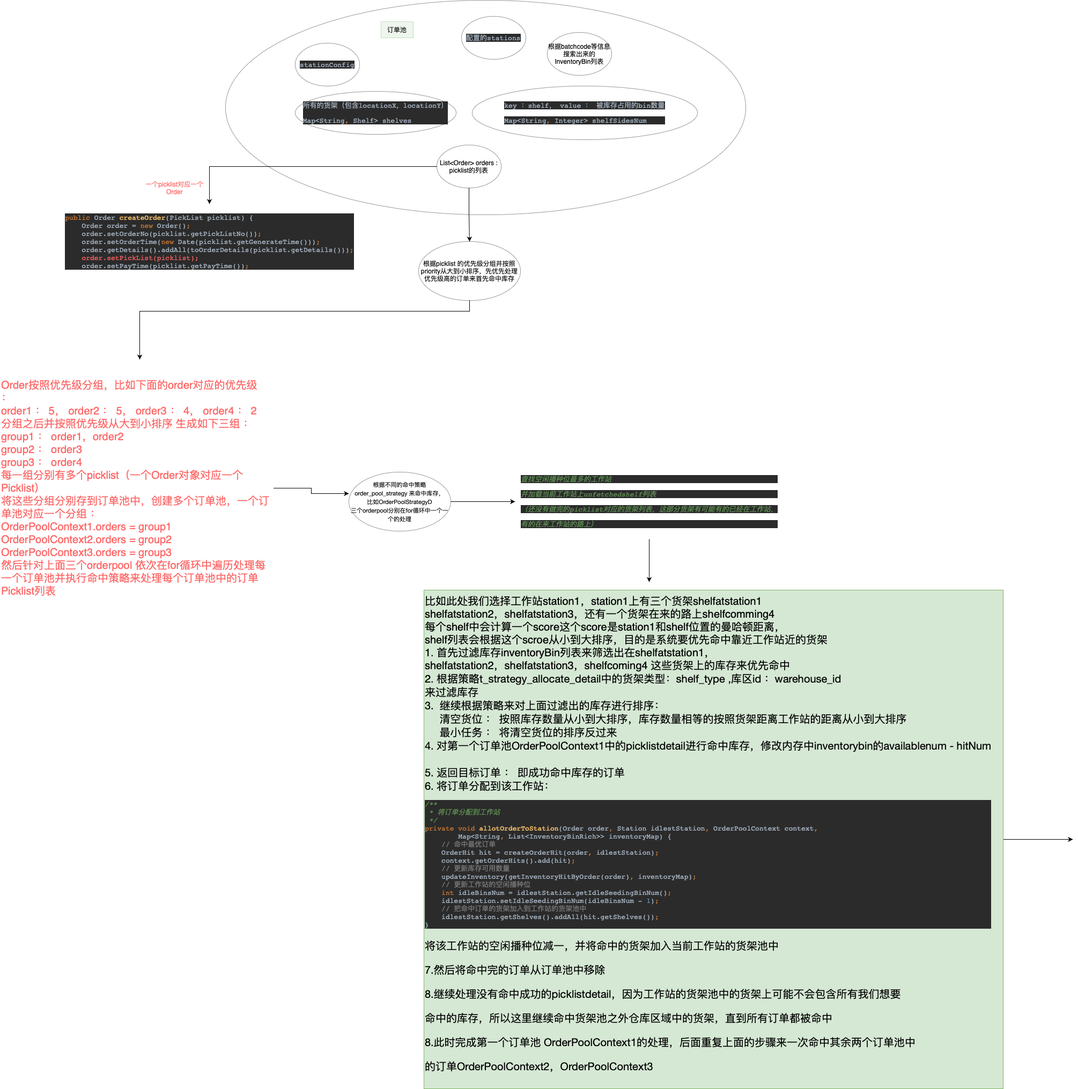
Earlier version of the draw.io export 订单池-命中库存.drawio.png (cong666/flow-chart). Source tidied: cells renumbered, new cells last; positions are measured from the earlier drawing's top-left corner, leaving out a move shared by most shapes.
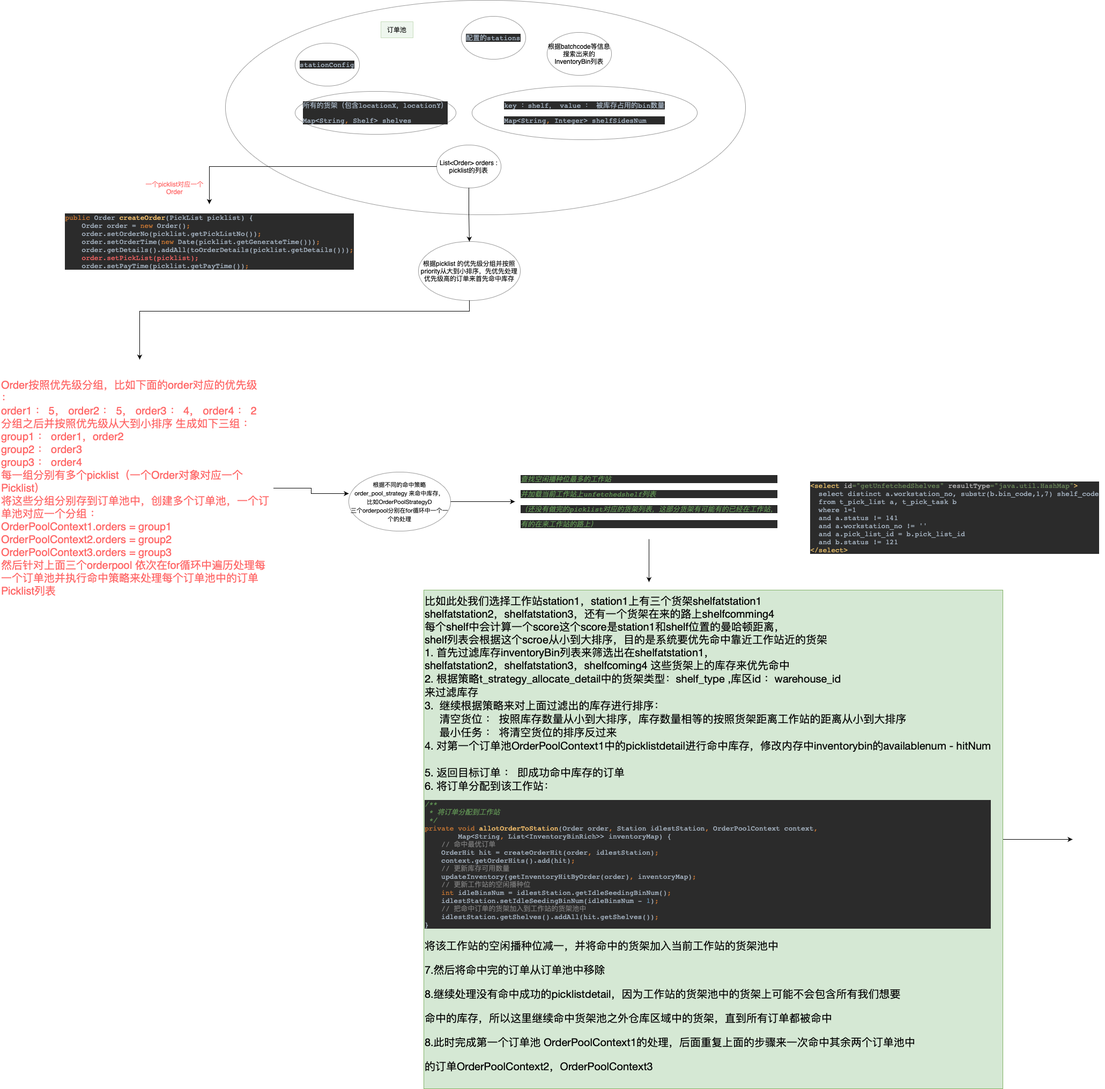
Above is the later version.

Commit message:
更新订单池-命中库存.drawio.png

The edit, as a diff of the source:
```diff
@@ -80,5 +80,8 @@
     <mxCell id="23" value="比如此处我们选择工作站station1，station1上有三个货架shelfatstation1&lt;br&gt;&lt;div style=&quot;&quot;&gt;shelfatstation2，shelfatstation3，还有一个货架在来的路上shelfcomming4&lt;/div&gt;&lt;div style=&quot;&quot;&gt;每个shelf中会计算一个score这个score是station1和shelf位置的曼哈顿距离，&lt;/div&gt;&lt;div style=&quot;&quot;&gt;shelf列表会根据这个scroe从小到大排序，目的是系统要优先命中靠近工作站近的货架&lt;/div&gt;&lt;div style=&quot;&quot;&gt;1. 首先过滤库存inventoryBin列表来筛选出在shelfatstation1，&lt;/div&gt;shelfatstation2，shelfatstation3，shelfcoming4 这些货架上的库存来优先命中&amp;nbsp;&lt;br&gt;&lt;font&gt;2. 根据策略&lt;span style=&quot;font-size: 20px; font-family: &amp;quot;Helvetica Neue&amp;quot;;&quot;&gt;&lt;font style=&quot;font-size: 20px;&quot;&gt;t_strategy_allocate_detail中的货架类型：shelf_type ,库区id ：warehouse_id&lt;br&gt;来过滤库存&lt;br&gt;3. &amp;nbsp;继续根据策略来对上面过滤出的库存进行排序：&lt;br&gt;&amp;nbsp; &amp;nbsp; &amp;nbsp;清空货位 ： 按照库存数量从小到大排序，库存数量相等的按照货架距离工作站的距离从小到大排序&lt;br&gt;&amp;nbsp; &amp;nbsp; &amp;nbsp;最小任务 ： 将清空货位的排序反过来&lt;br&gt;4. 对第一个订单池OrderPoolContext1中的picklistdetail进行命中库存，修改内存中inventorybin的availablenum - hitNum&lt;br&gt;&lt;br&gt;5. 返回目标订单 ： 即成功命中库存的订单&lt;br&gt;6. 将订单分配到该工作站：&lt;br&gt;&lt;/font&gt;&lt;/span&gt;&lt;pre style=&quot;font-size: 9.8pt; background-color: rgb(43, 43, 43); color: rgb(169, 183, 198); font-family: &amp;quot;JetBrains Mono&amp;quot;, monospace;&quot;&gt;&lt;span style=&quot;color: rgb(98, 151, 85); font-style: italic;&quot;&gt;/**&lt;br&gt;&lt;/span&gt;&lt;span style=&quot;color: rgb(98, 151, 85); font-style: italic;&quot;&gt; * 将订单分配到工作站&lt;br&gt;&lt;/span&gt;&lt;span style=&quot;color: rgb(98, 151, 85); font-style: italic;&quot;&gt; */&lt;br&gt;&lt;/span&gt;&lt;span style=&quot;color: rgb(204, 120, 50);&quot;&gt;private void &lt;/span&gt;&lt;span style=&quot;color: rgb(255, 198, 109);&quot;&gt;allotOrderToStation&lt;/span&gt;(Order order&lt;span style=&quot;color: rgb(204, 120, 50);&quot;&gt;, &lt;/span&gt;Station idlestStation&lt;span style=&quot;color: rgb(204, 120, 50);&quot;&gt;, &lt;/span&gt;OrderPoolContext context&lt;span style=&quot;color: rgb(204, 120, 50);&quot;&gt;,&lt;br&gt;&lt;/span&gt;&lt;span style=&quot;color: rgb(204, 120, 50);&quot;&gt;        &lt;/span&gt;Map&amp;lt;String&lt;span style=&quot;color: rgb(204, 120, 50);&quot;&gt;, &lt;/span&gt;List&amp;lt;InventoryBinRich&amp;gt;&amp;gt; inventoryMap) {&lt;br&gt;    &lt;span style=&quot;color: rgb(128, 128, 128);&quot;&gt;// 命中最优订单&lt;br&gt;&lt;/span&gt;&lt;span style=&quot;color: rgb(128, 128, 128);&quot;&gt;    &lt;/span&gt;OrderHit hit = createOrderHit(order&lt;span style=&quot;color: rgb(204, 120, 50);&quot;&gt;, &lt;/span&gt;idlestStation)&lt;span style=&quot;color: rgb(204, 120, 50);&quot;&gt;;&lt;br&gt;&lt;/span&gt;&lt;span style=&quot;color: rgb(204, 120, 50);&quot;&gt;    &lt;/span&gt;context.getOrderHits().add(hit)&lt;span style=&quot;color: rgb(204, 120, 50);&quot;&gt;;&lt;br&gt;&lt;/span&gt;&lt;span style=&quot;color: rgb(204, 120, 50);&quot;&gt;    &lt;/span&gt;&lt;span style=&quot;color: rgb(128, 128, 128);&quot;&gt;// 更新库存可用数量&lt;br&gt;&lt;/span&gt;&lt;span style=&quot;color: rgb(128, 128, 128);&quot;&gt;    &lt;/span&gt;updateInventory(getInventoryHitByOrder(order)&lt;span style=&quot;color: rgb(204, 120, 50);&quot;&gt;, &lt;/span&gt;inventoryMap)&lt;span style=&quot;color: rgb(204, 120, 50);&quot;&gt;;&lt;br&gt;&lt;/span&gt;&lt;span style=&quot;color: rgb(204, 120, 50);&quot;&gt;    &lt;/span&gt;&lt;span style=&quot;color: rgb(128, 128, 128);&quot;&gt;// 更新工作站的空闲播种位&lt;br&gt;&lt;/span&gt;&lt;span style=&quot;color: rgb(128, 128, 128);&quot;&gt;    &lt;/span&gt;&lt;span style=&quot;color: rgb(204, 120, 50);&quot;&gt;int &lt;/span&gt;idleBinsNum = idlestStation.getIdleSeedingBinNum()&lt;span style=&quot;color: rgb(204, 120, 50);&quot;&gt;;&lt;br&gt;&lt;/span&gt;&lt;span style=&quot;color: rgb(204, 120, 50);&quot;&gt;    &lt;/span&gt;idlestStation.setIdleSeedingBinNum(idleBinsNum - &lt;span style=&quot;color: rgb(104, 151, 187);&quot;&gt;1&lt;/span&gt;)&lt;span style=&quot;color: rgb(204, 120, 50);&quot;&gt;;&lt;br&gt;&lt;/span&gt;&lt;span style=&quot;color: rgb(204, 120, 50);&quot;&gt;    &lt;/span&gt;&lt;span style=&quot;color: rgb(128, 128, 128);&quot;&gt;// 把命中订单的货架加入到工作站的货架池中&lt;br&gt;&lt;/span&gt;&lt;span style=&quot;color: rgb(128, 128, 128);&quot;&gt;    &lt;/span&gt;idlestStation.getShelves().addAll(hit.getShelves())&lt;span style=&quot;color: rgb(204, 120, 50);&quot;&gt;;&lt;br&gt;&lt;/span&gt;}&lt;/pre&gt;&lt;pre&gt;&lt;font face=&quot;Helvetica Neue&quot;&gt;将该工作站的空闲播种位减一，并将命中的货架加入当前工作站的货架池中&lt;/font&gt;&lt;/pre&gt;&lt;pre&gt;&lt;font face=&quot;Helvetica Neue&quot;&gt;7.然后将命中完的订单从订单池中移除&lt;/font&gt;&lt;/pre&gt;&lt;pre&gt;&lt;font face=&quot;Helvetica Neue&quot;&gt;8.继续处理没有命中成功的picklistdetail，因为工作站的货架池中的货架上可能不会包含所有我们想要&lt;/font&gt;&lt;/pre&gt;&lt;pre&gt;&lt;font face=&quot;Helvetica Neue&quot;&gt;命中的库存，所以这里继续命中货架池之外仓库区域中的货架，直到所有订单都被命中&lt;/font&gt;&lt;/pre&gt;&lt;pre&gt;&lt;font face=&quot;Helvetica Neue&quot;&gt;8.此时完成第一个订单池 OrderPoolContext1的处理，后面重复上面的步骤来一次命中其余两个订单池中&lt;/font&gt;&lt;/pre&gt;&lt;pre&gt;&lt;font face=&quot;Helvetica Neue&quot;&gt;的订单&lt;/font&gt;&lt;span style=&quot;font-family: &amp;quot;Helvetica Neue&amp;quot;;&quot;&gt;OrderPoolContext2，&lt;/span&gt;&lt;span style=&quot;font-family: &amp;quot;Helvetica Neue&amp;quot;;&quot;&gt;OrderPoolContext3&lt;/span&gt;&lt;/pre&gt;&lt;/font&gt;" style="text;html=1;align=left;verticalAlign=middle;points=[];strokeColor=#82b366;fillColor=#d5e8d4;fontSize=20;" parent="1" vertex="1">
       <mxGeometry x="790" y="1100" width="1080" height="930" as="geometry" />
     </mxCell>
+    <mxCell id="24" value="&lt;pre style=&quot;text-align: start; background-color: rgb(43, 43, 43); color: rgb(169, 183, 198); font-family: &amp;quot;JetBrains Mono&amp;quot;, monospace; font-size: 9.8pt;&quot;&gt;&lt;span style=&quot;color: rgb(232, 191, 106);&quot;&gt;&amp;lt;select &lt;/span&gt;&lt;span style=&quot;color: rgb(186, 186, 186);&quot;&gt;id&lt;/span&gt;&lt;span style=&quot;color: rgb(106, 135, 89);&quot;&gt;=&quot;getUnfetchedShelves&quot; &lt;/span&gt;&lt;span style=&quot;color: rgb(186, 186, 186);&quot;&gt;resultType&lt;/span&gt;&lt;span style=&quot;color: rgb(106, 135, 89);&quot;&gt;=&quot;java.util.HashMap&quot;&lt;/span&gt;&lt;span style=&quot;color: rgb(232, 191, 106);&quot;&gt;&amp;gt;&lt;br&gt;&lt;/span&gt;&lt;span style=&quot;color: rgb(232, 191, 106);&quot;&gt;  &lt;/span&gt;select distinct a.workstation_no, substr(b.bin_code,1,7) shelf_code&lt;br&gt;  from t_pick_list a, t_pick_task b&lt;br&gt;  where 1=1&lt;br&gt;  and a.status != 141&lt;br&gt;  and a.workstation_no != ''&lt;br&gt;  and a.pick_list_id = b.pick_list_id&lt;br&gt;  and b.status != 121&lt;br&gt;&lt;span style=&quot;color: rgb(232, 191, 106);&quot;&gt;&amp;lt;/select&amp;gt;&lt;/span&gt;&lt;/pre&gt;" style="text;html=1;align=center;verticalAlign=middle;strokeColor=none;fillColor=none;fontSize=20;fontColor=#FF6666;" parent="1" vertex="1">
+      <mxGeometry x="1500" y="880" width="560" height="170" as="geometry" />
+    </mxCell>
   </root>
 </mxGraphModel>
```
